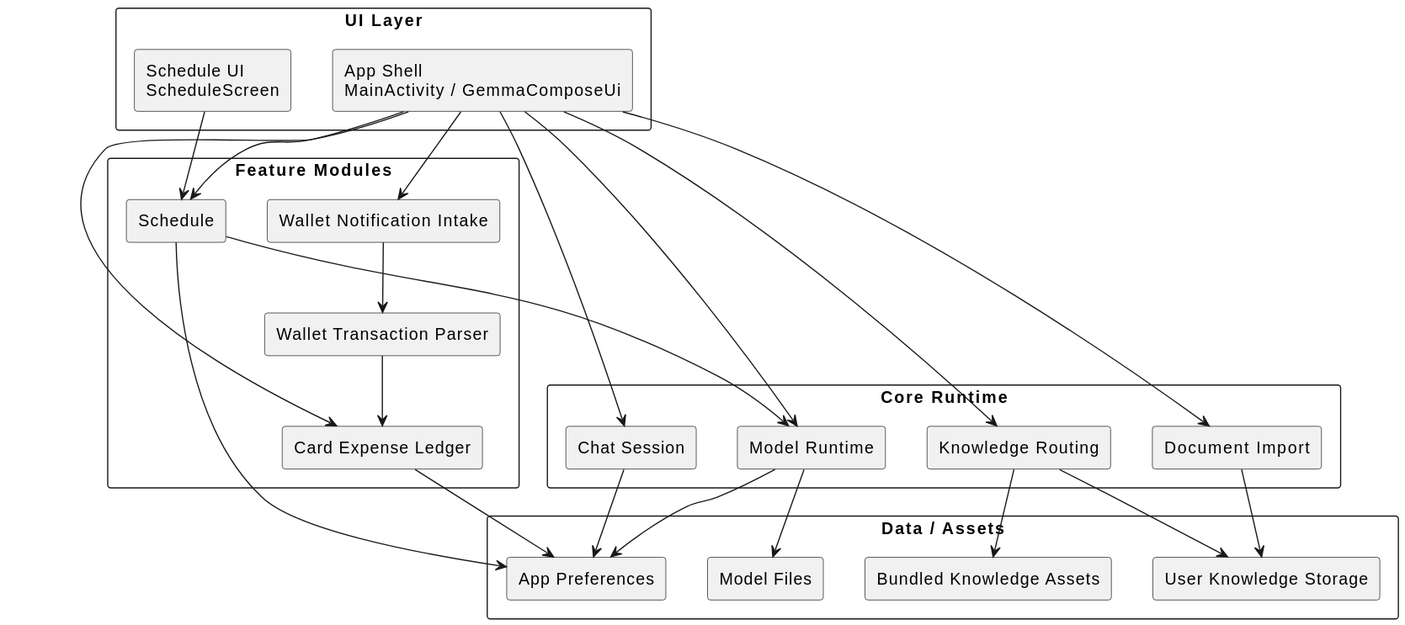
The PlantUML diagram docs/diagrams/module-view.svg in seungguJ/gemma4_ondevice_test, before a commit. Its source is kept beside it as docs/diagrams/module-view.puml.
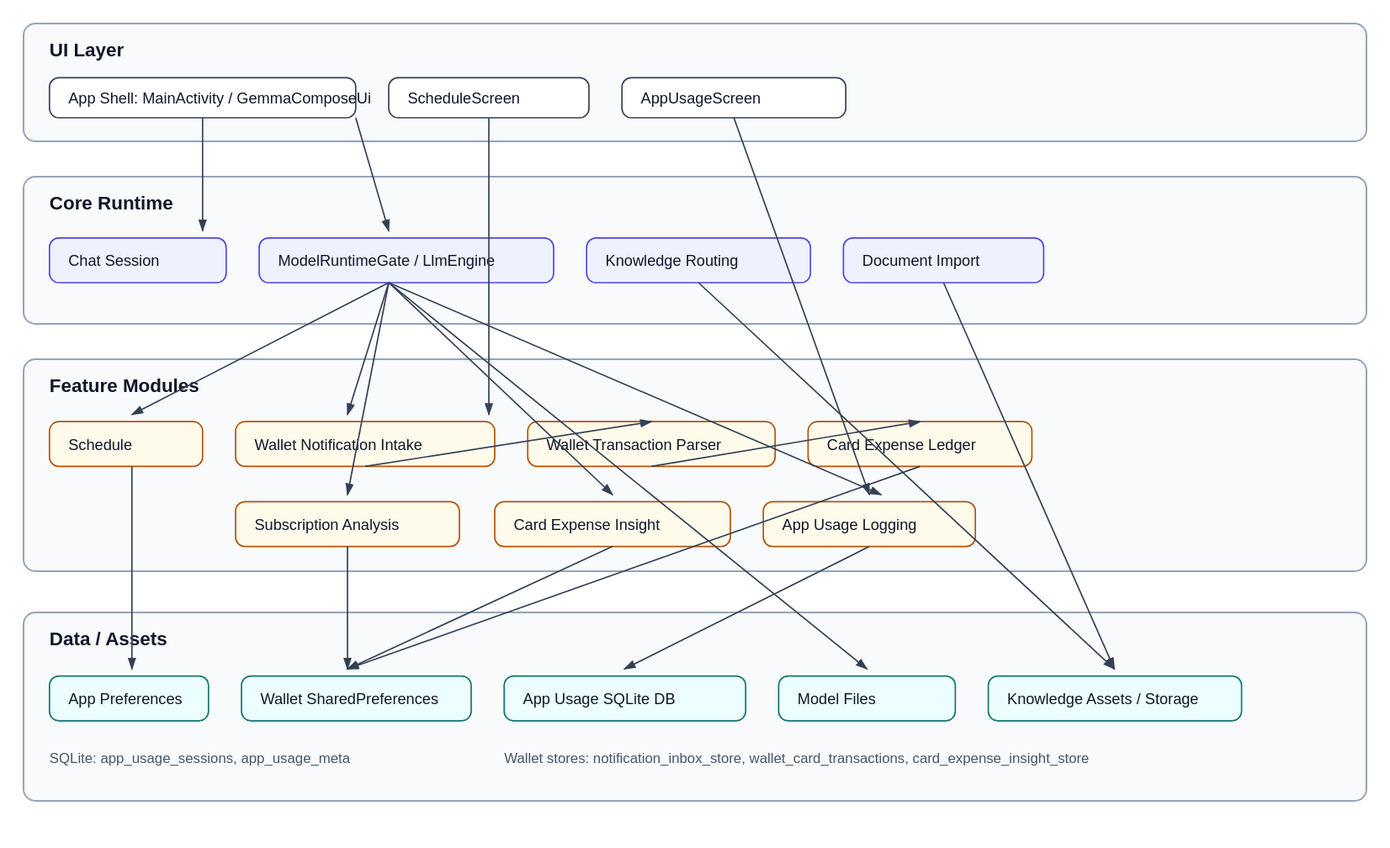
Later version of the same file.

Diff of the diagram source:
```diff
@@ -6,11 +6,12 @@
 package "UI Layer" {
   [App Shell\nMainActivity / GemmaComposeUi]
   [Schedule UI\nScheduleScreen]
+  [App Usage Viewer\nAppUsageScreen]
 }
 
 package "Core Runtime" {
   [Chat Session]
-  [Model Runtime]
+  [Model Runtime Gate\nModelRuntimeGate / LlmEngine]
   [Knowledge Routing]
   [Document Import]
 }
@@ -20,35 +21,51 @@
   [Wallet Notification Intake]
   [Wallet Transaction Parser]
   [Card Expense Ledger]
+  [Subscription Analysis]
+  [Card Expense Insight]
+  [App Usage Logging]
 }
 
 package "Data / Assets" {
   [Bundled Knowledge Assets]
   [User Knowledge Storage]
   [App Preferences]
+  [Wallet SharedPreferences]
+  [App Usage SQLite\napp_usage_logs.db]
   [Model Files]
 }
 
 [App Shell\nMainActivity / GemmaComposeUi] --> [Chat Session]
-[App Shell\nMainActivity / GemmaComposeUi] --> [Model Runtime]
+[App Shell\nMainActivity / GemmaComposeUi] --> [Model Runtime Gate\nModelRuntimeGate / LlmEngine]
 [App Shell\nMainActivity / GemmaComposeUi] --> [Knowledge Routing]
 [App Shell\nMainActivity / GemmaComposeUi] --> [Document Import]
 [App Shell\nMainActivity / GemmaComposeUi] --> [Schedule]
 [App Shell\nMainActivity / GemmaComposeUi] --> [Card Expense Ledger]
+[App Shell\nMainActivity / GemmaComposeUi] --> [Subscription Analysis]
+[App Shell\nMainActivity / GemmaComposeUi] --> [Card Expense Insight]
+[App Shell\nMainActivity / GemmaComposeUi] --> [App Usage Logging]
 
 [Schedule UI\nScheduleScreen] --> [Schedule]
-[Schedule] --> [Model Runtime]
+[App Usage Viewer\nAppUsageScreen] --> [App Usage Logging]
+[Schedule] --> [Model Runtime Gate\nModelRuntimeGate / LlmEngine]
 
 [Knowledge Routing] --> [Bundled Knowledge Assets]
 [Knowledge Routing] --> [User Knowledge Storage]
 [Document Import] --> [User Knowledge Storage]
 [Chat Session] --> [App Preferences]
-[Model Runtime] --> [Model Files]
-[Model Runtime] --> [App Preferences]
+[Model Runtime Gate\nModelRuntimeGate / LlmEngine] --> [Model Files]
+[Model Runtime Gate\nModelRuntimeGate / LlmEngine] --> [App Preferences]
 [Schedule] --> [App Preferences]
 
 [Wallet Notification Intake] --> [Wallet Transaction Parser]
+[Wallet Notification Intake] --> [Subscription Analysis]
+[Wallet Notification Intake] --> [Card Expense Insight]
 [Wallet Transaction Parser] --> [Card Expense Ledger]
-[Card Expense Ledger] --> [App Preferences]
+[Card Expense Ledger] --> [Wallet SharedPreferences]
+[Subscription Analysis] --> [Wallet SharedPreferences]
+[Subscription Analysis] --> [Model Runtime Gate\nModelRuntimeGate / LlmEngine]
+[Card Expense Insight] --> [Wallet SharedPreferences]
+[Card Expense Insight] --> [Model Runtime Gate\nModelRuntimeGate / LlmEngine]
+[App Usage Logging] --> [App Usage SQLite\napp_usage_logs.db]
 [App Shell\nMainActivity / GemmaComposeUi] --> [Wallet Notification Intake]
 @enduml
```
